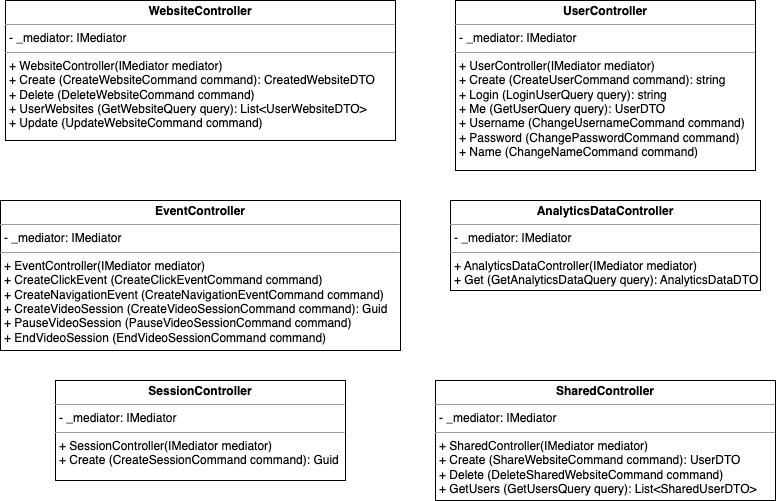
The draw.io diagram documentation/classes/controller_classes.drawio.png in Nikditten/BachelorProjekt, before a commit. Source tidied: cells renumbered, new cells last; positions are measured from the earlier drawing's top-left corner, leaving out a move shared by most shapes. The source it was exported from:
```xml
<mxGraphModel>
  <root>
    <mxCell id="0" />
    <mxCell id="1" parent="0" />
    <mxCell id="2" value="&lt;p style=&quot;margin:0px;margin-top:4px;text-align:center;&quot;&gt;&lt;b&gt;UserController&lt;/b&gt;&lt;/p&gt;&lt;hr size=&quot;1&quot;&gt;&lt;p style=&quot;margin:0px;margin-left:4px;&quot;&gt;- _mediator: IMediator&lt;/p&gt;&lt;hr size=&quot;1&quot;&gt;&lt;p style=&quot;margin:0px;margin-left:4px;&quot;&gt;+ UserController(IMediator mediator)&lt;/p&gt;&lt;p style=&quot;margin:0px;margin-left:4px;&quot;&gt;+ Create (CreateUserCommand command): string&lt;/p&gt;&lt;p style=&quot;margin:0px;margin-left:4px;&quot;&gt;+ Login (LoginUserQuery query): string&lt;br&gt;&lt;/p&gt;&lt;p style=&quot;margin:0px;margin-left:4px;&quot;&gt;+ Me (GetUserQuery query): UserDTO&lt;/p&gt;&lt;p style=&quot;margin:0px;margin-left:4px;&quot;&gt;+ Username (ChangeUsernameCommand command)&lt;/p&gt;&lt;p style=&quot;margin:0px;margin-left:4px;&quot;&gt;+ Password (ChangePasswordCommand command)&lt;/p&gt;&lt;p style=&quot;margin:0px;margin-left:4px;&quot;&gt;+ Name (ChangeNameCommand command)&lt;/p&gt;" style="verticalAlign=top;align=left;overflow=fill;fontSize=12;fontFamily=Helvetica;html=1;" parent="1" vertex="1">
      <mxGeometry x="455" width="300" height="170" as="geometry" />
    </mxCell>
    <mxCell id="3" value="&lt;p style=&quot;margin:0px;margin-top:4px;text-align:center;&quot;&gt;&lt;b&gt;WebsiteController&lt;/b&gt;&lt;/p&gt;&lt;hr size=&quot;1&quot;&gt;&lt;p style=&quot;margin:0px;margin-left:4px;&quot;&gt;- _mediator: IMediator&lt;/p&gt;&lt;hr size=&quot;1&quot;&gt;&lt;p style=&quot;margin:0px;margin-left:4px;&quot;&gt;+ WebsiteController(IMediator mediator)&lt;/p&gt;&lt;p style=&quot;margin:0px;margin-left:4px;&quot;&gt;+ Create (CreateWebsiteCommand command): CreatedWebsiteDTO&lt;/p&gt;&lt;p style=&quot;margin:0px;margin-left:4px;&quot;&gt;+ Delete (DeleteWebsiteCommand command)&lt;/p&gt;&lt;p style=&quot;margin:0px;margin-left:4px;&quot;&gt;+ UserWebsites (GetWebsiteQuery query): List&amp;lt;UserWebsiteDTO&amp;gt;&lt;/p&gt;&lt;p style=&quot;margin:0px;margin-left:4px;&quot;&gt;+ Update (UpdateWebsiteCommand command)&lt;/p&gt;" style="verticalAlign=top;align=left;overflow=fill;fontSize=12;fontFamily=Helvetica;html=1;" parent="1" vertex="1">
      <mxGeometry x="5" width="390" height="140" as="geometry" />
    </mxCell>
    <mxCell id="4" value="&lt;p style=&quot;margin:0px;margin-top:4px;text-align:center;&quot;&gt;&lt;b&gt;SharedController&lt;/b&gt;&lt;/p&gt;&lt;hr size=&quot;1&quot;&gt;&lt;p style=&quot;margin:0px;margin-left:4px;&quot;&gt;- _mediator: IMediator&lt;/p&gt;&lt;hr size=&quot;1&quot;&gt;&lt;p style=&quot;margin:0px;margin-left:4px;&quot;&gt;+ SharedController(IMediator mediator)&lt;/p&gt;&lt;p style=&quot;margin:0px;margin-left:4px;&quot;&gt;+ Create (ShareWebsiteCommand command): UserDTO&lt;/p&gt;&lt;p style=&quot;margin:0px;margin-left:4px;&quot;&gt;+ Delete (DeleteSharedWebsiteCommand command)&lt;br&gt;&lt;/p&gt;&lt;p style=&quot;margin:0px;margin-left:4px;&quot;&gt;+ GetUsers (GetUsersQuery query): List&amp;lt;SharedUserDTO&amp;gt;&lt;/p&gt;" style="verticalAlign=top;align=left;overflow=fill;fontSize=12;fontFamily=Helvetica;html=1;" parent="1" vertex="1">
      <mxGeometry x="435" y="380" width="340" height="120" as="geometry" />
    </mxCell>
    <mxCell id="5" value="&lt;p style=&quot;margin:0px;margin-top:4px;text-align:center;&quot;&gt;&lt;b&gt;SessionController&lt;/b&gt;&lt;/p&gt;&lt;hr size=&quot;1&quot;&gt;&lt;p style=&quot;margin:0px;margin-left:4px;&quot;&gt;- _mediator: IMediator&lt;/p&gt;&lt;hr size=&quot;1&quot;&gt;&lt;p style=&quot;margin:0px;margin-left:4px;&quot;&gt;+ SessionController(IMediator mediator)&lt;/p&gt;&lt;p style=&quot;margin:0px;margin-left:4px;&quot;&gt;+ Create (CreateSessionCommand command): Guid&lt;/p&gt;" style="verticalAlign=top;align=left;overflow=fill;fontSize=12;fontFamily=Helvetica;html=1;" parent="1" vertex="1">
      <mxGeometry x="55" y="380" width="290" height="100" as="geometry" />
    </mxCell>
    <mxCell id="6" value="&lt;p style=&quot;margin:0px;margin-top:4px;text-align:center;&quot;&gt;&lt;b&gt;EventController&lt;/b&gt;&lt;/p&gt;&lt;hr size=&quot;1&quot;&gt;&lt;p style=&quot;margin:0px;margin-left:4px;&quot;&gt;- _mediator: IMediator&lt;/p&gt;&lt;hr size=&quot;1&quot;&gt;&lt;p style=&quot;margin:0px;margin-left:4px;&quot;&gt;+ EventController(IMediator mediator)&lt;/p&gt;&lt;p style=&quot;margin:0px;margin-left:4px;&quot;&gt;+ CreateClickEvent (CreateClickEventCommand command)&lt;/p&gt;&lt;p style=&quot;margin:0px;margin-left:4px;&quot;&gt;+ CreateNavigationEvent (CreateNavigationEventCommand command)&lt;br&gt;&lt;/p&gt;&lt;p style=&quot;margin:0px;margin-left:4px;&quot;&gt;+ CreateVideoSession (CreateVideoSessionCommand command): Guid&lt;/p&gt;&lt;p style=&quot;margin:0px;margin-left:4px;&quot;&gt;+ PauseVideoSession (PauseVideoSessionCommand command)&lt;/p&gt;&lt;p style=&quot;margin:0px;margin-left:4px;&quot;&gt;+ EndVideoSession (EndVideoSessionCommand command)&lt;/p&gt;" style="verticalAlign=top;align=left;overflow=fill;fontSize=12;fontFamily=Helvetica;html=1;" parent="1" vertex="1">
      <mxGeometry y="200" width="400" height="150" as="geometry" />
    </mxCell>
    <mxCell id="7" value="&lt;p style=&quot;margin:0px;margin-top:4px;text-align:center;&quot;&gt;&lt;b&gt;AnalyticsDataController&lt;/b&gt;&lt;/p&gt;&lt;hr size=&quot;1&quot;&gt;&lt;p style=&quot;margin:0px;margin-left:4px;&quot;&gt;- _mediator: IMediator&lt;/p&gt;&lt;hr size=&quot;1&quot;&gt;&lt;p style=&quot;margin:0px;margin-left:4px;&quot;&gt;+ AnalyticsDataController(IMediator mediator)&lt;/p&gt;&lt;p style=&quot;margin:0px;margin-left:4px;&quot;&gt;+ Get (GetAnalyticsDataQuery query): AnalyticsDataDTO&lt;/p&gt;" style="verticalAlign=top;align=left;overflow=fill;fontSize=12;fontFamily=Helvetica;html=1;" parent="1" vertex="1">
      <mxGeometry x="450" y="200" width="310" height="90" as="geometry" />
    </mxCell>
  </root>
</mxGraphModel>
```
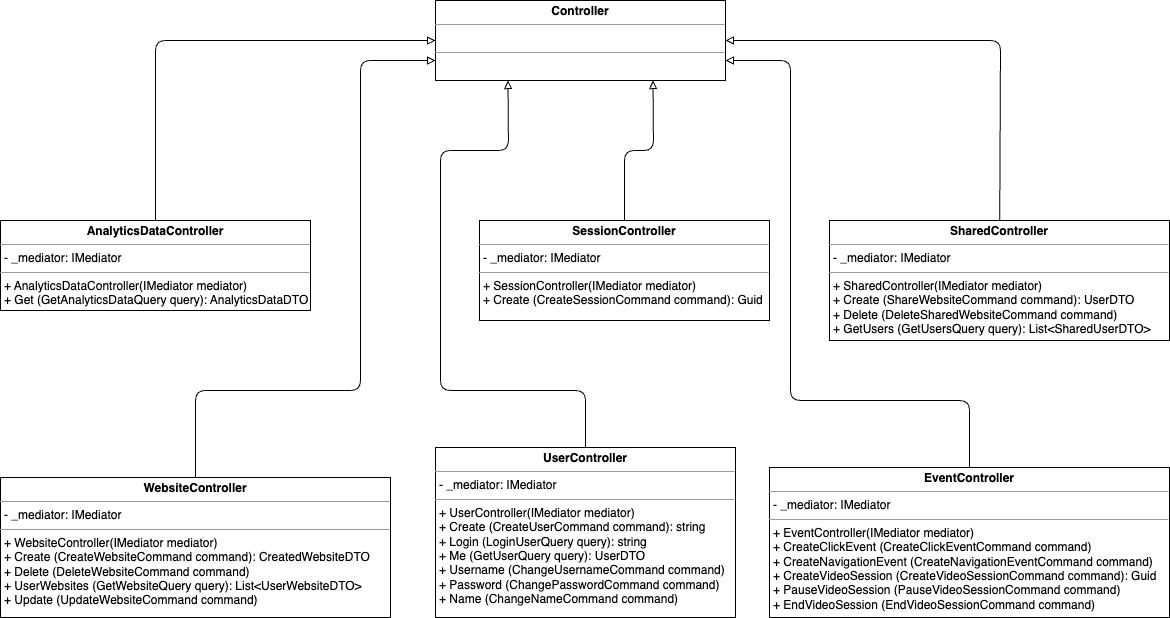
After the change.

Commit message:
Add new class diagrams for application layer and controller classes

What changed in the source:
```diff
@@ -2,23 +2,76 @@
   <root>
     <mxCell id="0" />
     <mxCell id="1" parent="0" />
+    <mxCell id="8" style="edgeStyle=none;html=1;entryX=0.25;entryY=1;entryDx=0;entryDy=0;endArrow=block;endFill=0;" parent="1" edge="1" source="2" target="14">
+      <mxGeometry relative="1" as="geometry">
+        <Array as="points">
+          <mxPoint x="550" y="560" />
+          <mxPoint x="405" y="560" />
+          <mxPoint x="405" y="320" />
+          <mxPoint x="473" y="320" />
+        </Array>
+      </mxGeometry>
+    </mxCell>
     <mxCell id="2" value="&lt;p style=&quot;margin:0px;margin-top:4px;text-align:center;&quot;&gt;&lt;b&gt;UserController&lt;/b&gt;&lt;/p&gt;&lt;hr size=&quot;1&quot;&gt;&lt;p style=&quot;margin:0px;margin-left:4px;&quot;&gt;- _mediator: IMediator&lt;/p&gt;&lt;hr size=&quot;1&quot;&gt;&lt;p style=&quot;margin:0px;margin-left:4px;&quot;&gt;+ UserController(IMediator mediator)&lt;/p&gt;&lt;p style=&quot;margin:0px;margin-left:4px;&quot;&gt;+ Create (CreateUserCommand command): string&lt;/p&gt;&lt;p style=&quot;margin:0px;margin-left:4px;&quot;&gt;+ Login (LoginUserQuery query): string&lt;br&gt;&lt;/p&gt;&lt;p style=&quot;margin:0px;margin-left:4px;&quot;&gt;+ Me (GetUserQuery query): UserDTO&lt;/p&gt;&lt;p style=&quot;margin:0px;margin-left:4px;&quot;&gt;+ Username (ChangeUsernameCommand command)&lt;/p&gt;&lt;p style=&quot;margin:0px;margin-left:4px;&quot;&gt;+ Password (ChangePasswordCommand command)&lt;/p&gt;&lt;p style=&quot;margin:0px;margin-left:4px;&quot;&gt;+ Name (ChangeNameCommand command)&lt;/p&gt;" style="verticalAlign=top;align=left;overflow=fill;fontSize=12;fontFamily=Helvetica;html=1;" parent="1" vertex="1">
-      <mxGeometry x="455" width="300" height="170" as="geometry" />
+      <mxGeometry x="400" y="617" width="300" height="170" as="geometry" />
     </mxCell>
+    <mxCell id="9" style="edgeStyle=none;html=1;entryX=0;entryY=0.75;entryDx=0;entryDy=0;endArrow=block;endFill=0;" parent="1" edge="1" source="3" target="14">
+      <mxGeometry relative="1" as="geometry">
+        <Array as="points">
+          <mxPoint x="160" y="560" />
+          <mxPoint x="325" y="560" />
+          <mxPoint x="325" y="230" />
+        </Array>
+      </mxGeometry>
+    </mxCell>
     <mxCell id="3" value="&lt;p style=&quot;margin:0px;margin-top:4px;text-align:center;&quot;&gt;&lt;b&gt;WebsiteController&lt;/b&gt;&lt;/p&gt;&lt;hr size=&quot;1&quot;&gt;&lt;p style=&quot;margin:0px;margin-left:4px;&quot;&gt;- _mediator: IMediator&lt;/p&gt;&lt;hr size=&quot;1&quot;&gt;&lt;p style=&quot;margin:0px;margin-left:4px;&quot;&gt;+ WebsiteController(IMediator mediator)&lt;/p&gt;&lt;p style=&quot;margin:0px;margin-left:4px;&quot;&gt;+ Create (CreateWebsiteCommand command): CreatedWebsiteDTO&lt;/p&gt;&lt;p style=&quot;margin:0px;margin-left:4px;&quot;&gt;+ Delete (DeleteWebsiteCommand command)&lt;/p&gt;&lt;p style=&quot;margin:0px;margin-left:4px;&quot;&gt;+ UserWebsites (GetWebsiteQuery query): List&amp;lt;UserWebsiteDTO&amp;gt;&lt;/p&gt;&lt;p style=&quot;margin:0px;margin-left:4px;&quot;&gt;+ Update (UpdateWebsiteCommand command)&lt;/p&gt;" style="verticalAlign=top;align=left;overflow=fill;fontSize=12;fontFamily=Helvetica;html=1;" parent="1" vertex="1">
-      <mxGeometry x="5" width="390" height="140" as="geometry" />
+      <mxGeometry x="-35" y="647" width="390" height="140" as="geometry" />
     </mxCell>
+    <mxCell id="10" style="edgeStyle=none;html=1;entryX=1;entryY=0.5;entryDx=0;entryDy=0;endArrow=block;endFill=0;" parent="1" edge="1" source="4" target="14">
+      <mxGeometry relative="1" as="geometry">
+        <Array as="points">
+          <mxPoint x="965" y="210" />
+        </Array>
+      </mxGeometry>
+    </mxCell>
     <mxCell id="4" value="&lt;p style=&quot;margin:0px;margin-top:4px;text-align:center;&quot;&gt;&lt;b&gt;SharedController&lt;/b&gt;&lt;/p&gt;&lt;hr size=&quot;1&quot;&gt;&lt;p style=&quot;margin:0px;margin-left:4px;&quot;&gt;- _mediator: IMediator&lt;/p&gt;&lt;hr size=&quot;1&quot;&gt;&lt;p style=&quot;margin:0px;margin-left:4px;&quot;&gt;+ SharedController(IMediator mediator)&lt;/p&gt;&lt;p style=&quot;margin:0px;margin-left:4px;&quot;&gt;+ Create (ShareWebsiteCommand command): UserDTO&lt;/p&gt;&lt;p style=&quot;margin:0px;margin-left:4px;&quot;&gt;+ Delete (DeleteSharedWebsiteCommand command)&lt;br&gt;&lt;/p&gt;&lt;p style=&quot;margin:0px;margin-left:4px;&quot;&gt;+ GetUsers (GetUsersQuery query): List&amp;lt;SharedUserDTO&amp;gt;&lt;/p&gt;" style="verticalAlign=top;align=left;overflow=fill;fontSize=12;fontFamily=Helvetica;html=1;" parent="1" vertex="1">
-      <mxGeometry x="435" y="380" width="340" height="120" as="geometry" />
+      <mxGeometry x="794" y="390" width="340" height="120" as="geometry" />
     </mxCell>
+    <mxCell id="11" style="edgeStyle=none;html=1;entryX=0.75;entryY=1;entryDx=0;entryDy=0;endArrow=block;endFill=0;exitX=0.5;exitY=0;exitDx=0;exitDy=0;" parent="1" edge="1" source="5" target="14">
+      <mxGeometry relative="1" as="geometry">
+        <Array as="points">
+          <mxPoint x="589" y="320" />
+          <mxPoint x="618" y="320" />
+        </Array>
+      </mxGeometry>
+    </mxCell>
     <mxCell id="5" value="&lt;p style=&quot;margin:0px;margin-top:4px;text-align:center;&quot;&gt;&lt;b&gt;SessionController&lt;/b&gt;&lt;/p&gt;&lt;hr size=&quot;1&quot;&gt;&lt;p style=&quot;margin:0px;margin-left:4px;&quot;&gt;- _mediator: IMediator&lt;/p&gt;&lt;hr size=&quot;1&quot;&gt;&lt;p style=&quot;margin:0px;margin-left:4px;&quot;&gt;+ SessionController(IMediator mediator)&lt;/p&gt;&lt;p style=&quot;margin:0px;margin-left:4px;&quot;&gt;+ Create (CreateSessionCommand command): Guid&lt;/p&gt;" style="verticalAlign=top;align=left;overflow=fill;fontSize=12;fontFamily=Helvetica;html=1;" parent="1" vertex="1">
-      <mxGeometry x="55" y="380" width="290" height="100" as="geometry" />
+      <mxGeometry x="444" y="390" width="290" height="100" as="geometry" />
     </mxCell>
+    <mxCell id="12" style="edgeStyle=none;html=1;entryX=1;entryY=0.75;entryDx=0;entryDy=0;endArrow=block;endFill=0;" parent="1" edge="1" source="6" target="14">
+      <mxGeometry relative="1" as="geometry">
+        <Array as="points">
+          <mxPoint x="934" y="570" />
+          <mxPoint x="755" y="570" />
+          <mxPoint x="755" y="230" />
+        </Array>
+      </mxGeometry>
+    </mxCell>
     <mxCell id="6" value="&lt;p style=&quot;margin:0px;margin-top:4px;text-align:center;&quot;&gt;&lt;b&gt;EventController&lt;/b&gt;&lt;/p&gt;&lt;hr size=&quot;1&quot;&gt;&lt;p style=&quot;margin:0px;margin-left:4px;&quot;&gt;- _mediator: IMediator&lt;/p&gt;&lt;hr size=&quot;1&quot;&gt;&lt;p style=&quot;margin:0px;margin-left:4px;&quot;&gt;+ EventController(IMediator mediator)&lt;/p&gt;&lt;p style=&quot;margin:0px;margin-left:4px;&quot;&gt;+ CreateClickEvent (CreateClickEventCommand command)&lt;/p&gt;&lt;p style=&quot;margin:0px;margin-left:4px;&quot;&gt;+ CreateNavigationEvent (CreateNavigationEventCommand command)&lt;br&gt;&lt;/p&gt;&lt;p style=&quot;margin:0px;margin-left:4px;&quot;&gt;+ CreateVideoSession (CreateVideoSessionCommand command): Guid&lt;/p&gt;&lt;p style=&quot;margin:0px;margin-left:4px;&quot;&gt;+ PauseVideoSession (PauseVideoSessionCommand command)&lt;/p&gt;&lt;p style=&quot;margin:0px;margin-left:4px;&quot;&gt;+ EndVideoSession (EndVideoSessionCommand command)&lt;/p&gt;" style="verticalAlign=top;align=left;overflow=fill;fontSize=12;fontFamily=Helvetica;html=1;" parent="1" vertex="1">
-      <mxGeometry y="200" width="400" height="150" as="geometry" />
+      <mxGeometry x="734" y="637" width="400" height="150" as="geometry" />
     </mxCell>
+    <mxCell id="13" style="edgeStyle=none;html=1;entryX=0;entryY=0.5;entryDx=0;entryDy=0;endArrow=block;endFill=0;" parent="1" edge="1" source="7" target="14">
+      <mxGeometry relative="1" as="geometry">
+        <Array as="points">
+          <mxPoint x="120" y="210" />
+        </Array>
+      </mxGeometry>
+    </mxCell>
     <mxCell id="7" value="&lt;p style=&quot;margin:0px;margin-top:4px;text-align:center;&quot;&gt;&lt;b&gt;AnalyticsDataController&lt;/b&gt;&lt;/p&gt;&lt;hr size=&quot;1&quot;&gt;&lt;p style=&quot;margin:0px;margin-left:4px;&quot;&gt;- _mediator: IMediator&lt;/p&gt;&lt;hr size=&quot;1&quot;&gt;&lt;p style=&quot;margin:0px;margin-left:4px;&quot;&gt;+ AnalyticsDataController(IMediator mediator)&lt;/p&gt;&lt;p style=&quot;margin:0px;margin-left:4px;&quot;&gt;+ Get (GetAnalyticsDataQuery query): AnalyticsDataDTO&lt;/p&gt;" style="verticalAlign=top;align=left;overflow=fill;fontSize=12;fontFamily=Helvetica;html=1;" parent="1" vertex="1">
-      <mxGeometry x="450" y="200" width="310" height="90" as="geometry" />
+      <mxGeometry x="-35" y="390" width="310" height="90" as="geometry" />
     </mxCell>
+    <mxCell id="14" value="&lt;p style=&quot;margin:0px;margin-top:4px;text-align:center;&quot;&gt;&lt;b&gt;Controller&lt;/b&gt;&lt;/p&gt;&lt;hr size=&quot;1&quot;&gt;&lt;p style=&quot;margin:0px;margin-left:4px;&quot;&gt;&lt;br&gt;&lt;/p&gt;&lt;hr size=&quot;1&quot;&gt;&lt;p style=&quot;margin:0px;margin-left:4px;&quot;&gt;&lt;br&gt;&lt;/p&gt;" style="verticalAlign=top;align=left;overflow=fill;fontSize=12;fontFamily=Helvetica;html=1;" parent="1" vertex="1">
+      <mxGeometry x="400" y="170" width="290" height="80" as="geometry" />
+    </mxCell>
   </root>
 </mxGraphModel>
```
